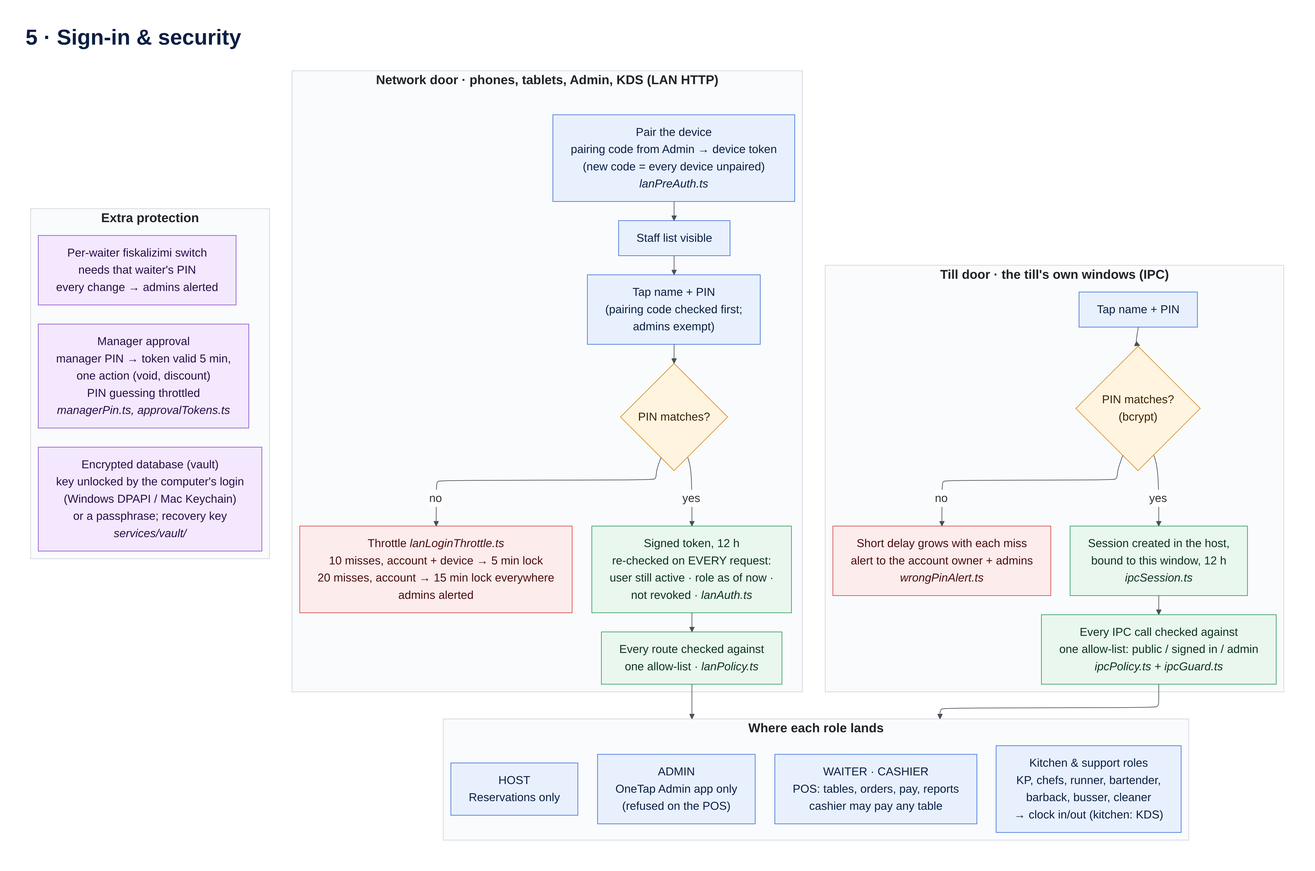
DidiG03/POS keeps this Mermaid diagram as docs/diagrams/export/05-signin-security.png. Above is the earlier version. Its source is kept beside it as docs/diagrams/05-signin-security.mmd.
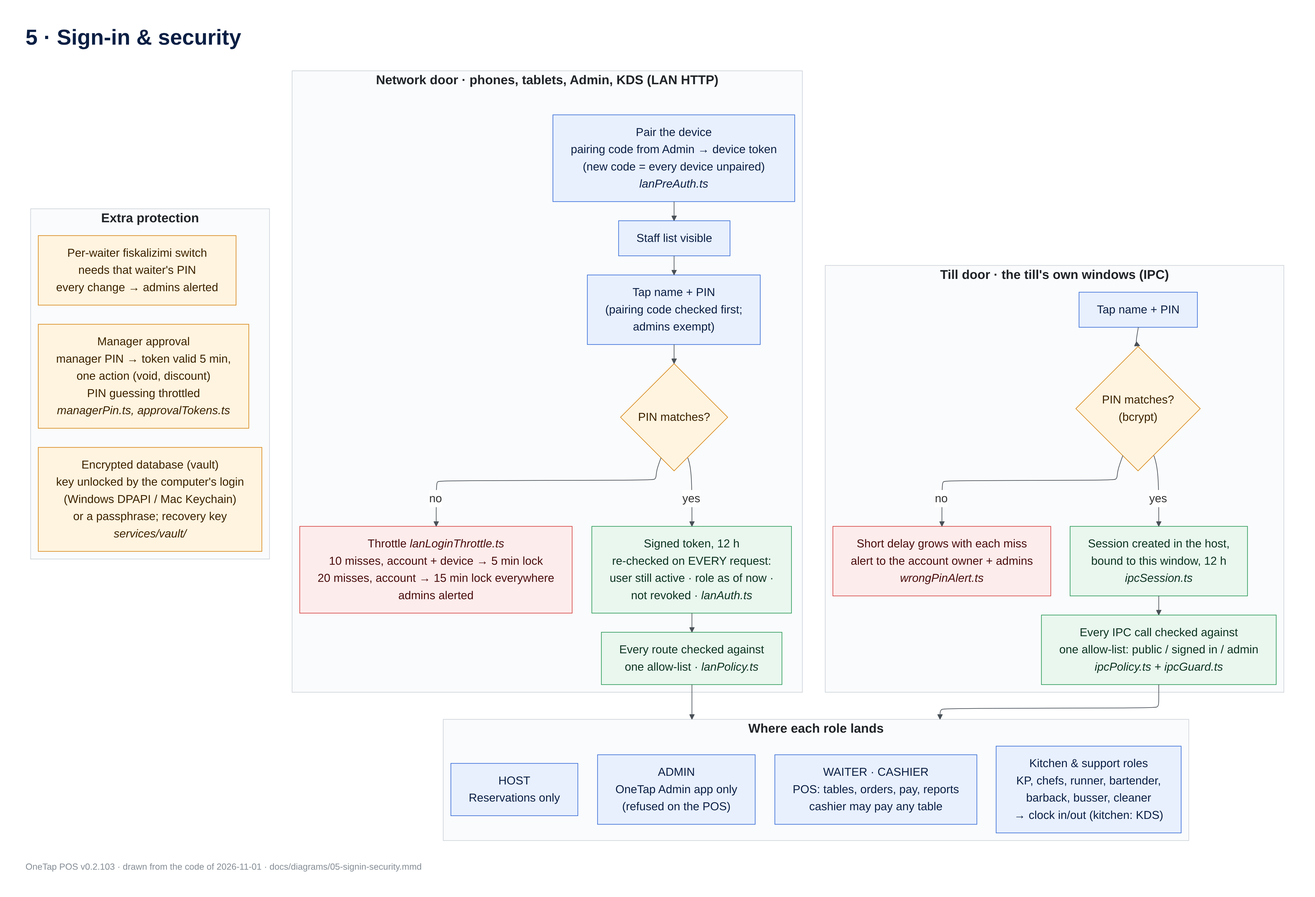
Above is the later version.

Change to the diagram source:
```diff
@@ -36,12 +36,16 @@
   L7 --> ROLES
 
   classDef step fill:#e8f0fe,stroke:#3b6fd8,color:#0b1f44
-  classDef decide fill:#fff4e0,stroke:#d88a1d,color:#3d2400
+  classDef logic fill:#fff4e0,stroke:#d88a1d,color:#3d2400
+  classDef data fill:#e3f4f4,stroke:#178a8a,color:#06393a
   classDef good fill:#e9f7ef,stroke:#2e9b5b,color:#0d3320
+  classDef warn fill:#fff9db,stroke:#e0a800,color:#3d2e00
   classDef bad fill:#fdecec,stroke:#d64545,color:#4a0d0d
-  classDef extra fill:#f3e8fd,stroke:#8b4fd1,color:#2a0d4a
+  classDef ext fill:#f3e8fd,stroke:#8b4fd1,color:#2a0d4a
+  classDef device fill:#f1f3f5,stroke:#868e96,color:#212529
+  classDef note fill:#f8f9fa,stroke:#adb5bd,color:#343a40,stroke-dasharray:4 3
   class T1,L1,L2,L3,R1,R2,R3,R4 step
-  class T2,L4 decide
+  class T2,L4 logic
   class T4,T5,L6,L7 good
   class T3,L5 bad
-  class M1,M2,M3 extra
+  class M1,M2,M3 logic
```
